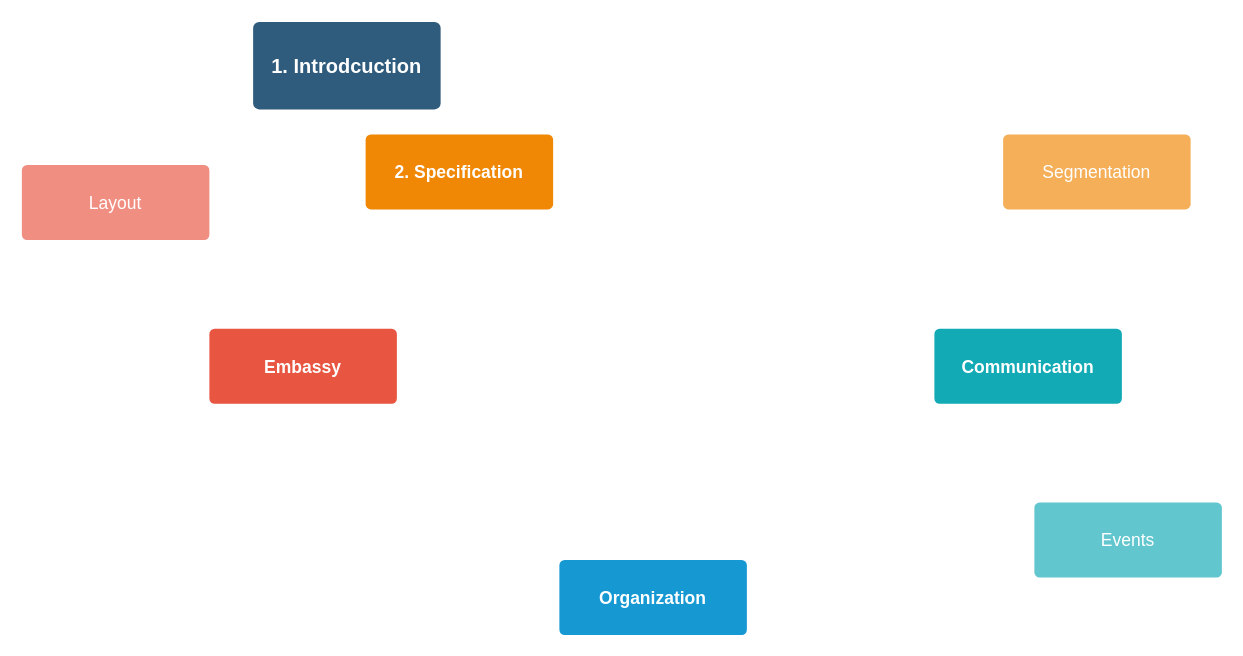
This is V diagram.drawio from amerezoji1362/drawio-github, a draw.io file, before an edit. Source tidied: cells renumbered, new cells numbered last; positions are measured from the earlier drawing's top-left corner, leaving out a move shared by most shapes. Both pictures are drawn from the tidied source at 125%, with x=0, y=0 at pixel (21, 21).
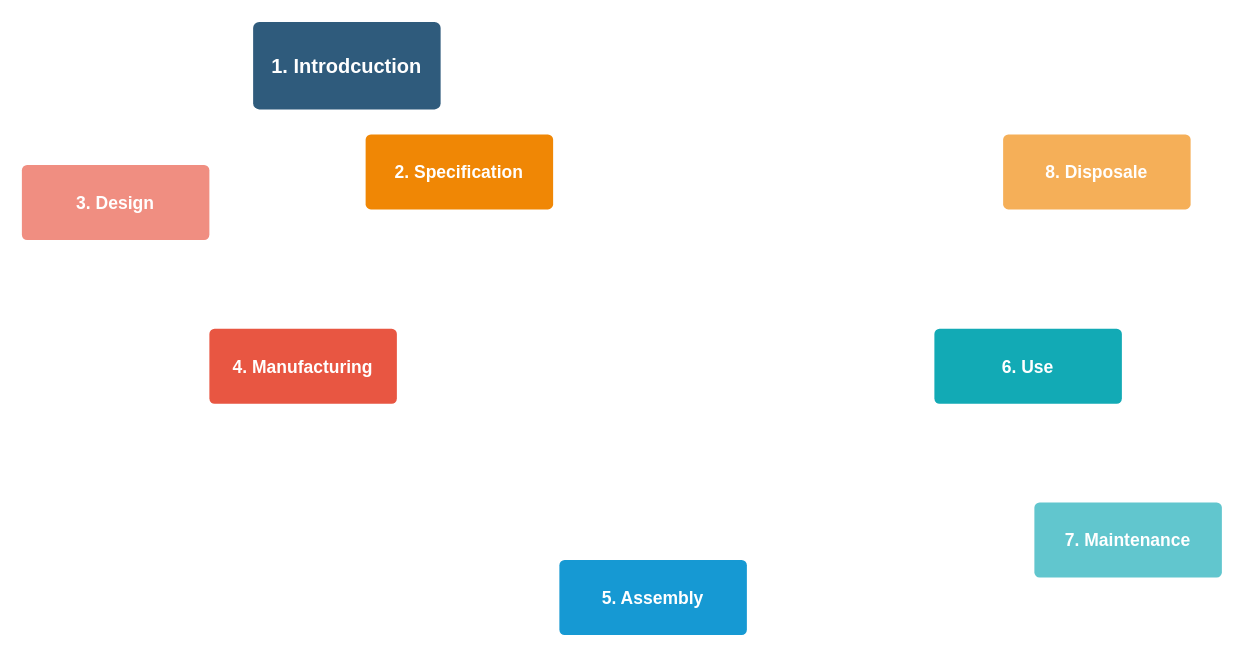
The same diagram, later.

Diff of the diagram source:
```diff
@@
 <mxGraphModel>
   <root>
     <mxCell id="0" />
     <mxCell id="1" parent="0" />
     <mxCell id="2" value="1. Introdcuction" style="rounded=1;whiteSpace=wrap;html=1;shadow=0;labelBackgroundColor=none;strokeColor=none;strokeWidth=3;fillColor=#2F5B7C;fontFamily=Helvetica;fontSize=16;fontColor=#FFFFFF;align=center;fontStyle=1;spacing=5;arcSize=7;perimeterSpacing=2;" parent="1" vertex="1">
       <mxGeometry x="185" width="150" height="70" as="geometry" />
     </mxCell>
-    <mxCell id="3" value="Embassy" style="rounded=1;whiteSpace=wrap;html=1;shadow=0;labelBackgroundColor=none;strokeColor=none;strokeWidth=3;fillColor=#e85642;fontFamily=Helvetica;fontSize=14;fontColor=#FFFFFF;align=center;spacing=5;fontStyle=1;arcSize=7;perimeterSpacing=2;" parent="1" vertex="1">
+    <mxCell id="3" value="4. Manufacturing" style="rounded=1;whiteSpace=wrap;html=1;shadow=0;labelBackgroundColor=none;strokeColor=none;strokeWidth=3;fillColor=#e85642;fontFamily=Helvetica;fontSize=14;fontColor=#FFFFFF;align=center;spacing=5;fontStyle=1;arcSize=7;perimeterSpacing=2;" parent="1" vertex="1">
       <mxGeometry x="150" y="245.5" width="150" height="60" as="geometry" />
     </mxCell>
-    <mxCell id="4" value="Layout" style="rounded=1;whiteSpace=wrap;html=1;shadow=0;labelBackgroundColor=none;strokeColor=none;strokeWidth=3;fillColor=#f08e81;fontFamily=Helvetica;fontSize=14;fontColor=#FFFFFF;align=center;spacing=5;fontStyle=0;arcSize=7;perimeterSpacing=2;" parent="1" vertex="1">
+    <mxCell id="4" value="&lt;b&gt;3. Design&lt;/b&gt;" style="rounded=1;whiteSpace=wrap;html=1;shadow=0;labelBackgroundColor=none;strokeColor=none;strokeWidth=3;fillColor=#f08e81;fontFamily=Helvetica;fontSize=14;fontColor=#FFFFFF;align=center;spacing=5;fontStyle=0;arcSize=7;perimeterSpacing=2;" parent="1" vertex="1">
       <mxGeometry y="114.5" width="150" height="60" as="geometry" />
     </mxCell>
-    <mxCell id="5" value="Organization" style="rounded=1;whiteSpace=wrap;html=1;shadow=0;labelBackgroundColor=none;strokeColor=none;strokeWidth=3;fillColor=#1699d3;fontFamily=Helvetica;fontSize=14;fontColor=#FFFFFF;align=center;spacing=5;fontStyle=1;arcSize=7;perimeterSpacing=2;" parent="1" vertex="1">
+    <mxCell id="5" value="5. Assembly" style="rounded=1;whiteSpace=wrap;html=1;shadow=0;labelBackgroundColor=none;strokeColor=none;strokeWidth=3;fillColor=#1699d3;fontFamily=Helvetica;fontSize=14;fontColor=#FFFFFF;align=center;spacing=5;fontStyle=1;arcSize=7;perimeterSpacing=2;" parent="1" vertex="1">
       <mxGeometry x="430" y="430.5" width="150" height="60" as="geometry" />
     </mxCell>
-    <mxCell id="6" value="2. Specification" style="rounded=1;whiteSpace=wrap;html=1;shadow=0;labelBackgroundColor=none;strokeColor=none;strokeWidth=3;fillColor=#F08705;fontFamily=Helvetica;fontSize=14;fontColor=#FFFFFF;align=center;spacing=5;fontStyle=1;arcSize=7;perimeterSpacing=2;" parent="1" vertex="1">
+    <mxCell id="6" value="&lt;b&gt;2. Specification&lt;/b&gt;" style="rounded=1;whiteSpace=wrap;html=1;shadow=0;labelBackgroundColor=none;strokeColor=none;strokeWidth=3;fillColor=#F08705;fontFamily=Helvetica;fontSize=14;fontColor=#FFFFFF;align=center;spacing=5;fontStyle=1;arcSize=7;perimeterSpacing=2;" parent="1" vertex="1">
       <mxGeometry x="275" y="90" width="150" height="60" as="geometry" />
     </mxCell>
-    <mxCell id="7" value="Segmentation" style="rounded=1;whiteSpace=wrap;html=1;shadow=0;labelBackgroundColor=none;strokeColor=none;strokeWidth=3;fillColor=#f5af58;fontFamily=Helvetica;fontSize=14;fontColor=#FFFFFF;align=center;spacing=5;arcSize=7;perimeterSpacing=2;" parent="1" vertex="1">
+    <mxCell id="7" value="&lt;b&gt;8. Disposale&lt;/b&gt;" style="rounded=1;whiteSpace=wrap;html=1;shadow=0;labelBackgroundColor=none;strokeColor=none;strokeWidth=3;fillColor=#f5af58;fontFamily=Helvetica;fontSize=14;fontColor=#FFFFFF;align=center;spacing=5;arcSize=7;perimeterSpacing=2;" parent="1" vertex="1">
       <mxGeometry x="785" y="90" width="150" height="60" as="geometry" />
     </mxCell>
-    <mxCell id="8" value="Communication" style="rounded=1;whiteSpace=wrap;html=1;shadow=0;labelBackgroundColor=none;strokeColor=none;strokeWidth=3;fillColor=#12aab5;fontFamily=Helvetica;fontSize=14;fontColor=#FFFFFF;align=center;spacing=5;fontStyle=1;arcSize=7;perimeterSpacing=2;" parent="1" vertex="1">
+    <mxCell id="8" value="6. Use" style="rounded=1;whiteSpace=wrap;html=1;shadow=0;labelBackgroundColor=none;strokeColor=none;strokeWidth=3;fillColor=#12aab5;fontFamily=Helvetica;fontSize=14;fontColor=#FFFFFF;align=center;spacing=5;fontStyle=1;arcSize=7;perimeterSpacing=2;" parent="1" vertex="1">
       <mxGeometry x="730" y="245.5" width="150" height="60" as="geometry" />
     </mxCell>
-    <mxCell id="9" value="Events" style="rounded=1;whiteSpace=wrap;html=1;shadow=0;labelBackgroundColor=none;strokeColor=none;strokeWidth=3;fillColor=#61c6ce;fontFamily=Helvetica;fontSize=14;fontColor=#FFFFFF;align=center;spacing=5;fontStyle=0;arcSize=7;perimeterSpacing=2;" parent="1" vertex="1">
+    <mxCell id="9" value="&lt;b&gt;7. Maintenance&lt;/b&gt;" style="rounded=1;whiteSpace=wrap;html=1;shadow=0;labelBackgroundColor=none;strokeColor=none;strokeWidth=3;fillColor=#61c6ce;fontFamily=Helvetica;fontSize=14;fontColor=#FFFFFF;align=center;spacing=5;fontStyle=0;arcSize=7;perimeterSpacing=2;" parent="1" vertex="1">
       <mxGeometry x="810" y="384.5" width="150" height="60" as="geometry" />
     </mxCell>
   </root>
 </mxGraphModel>
```
